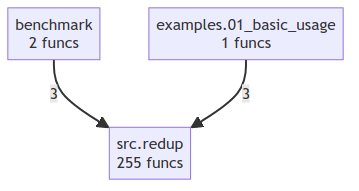
This is project/compact_flow.png from semcod/redup, a Mermaid export, as it was before one commit. Its source is kept beside it as project/compact_flow.mmd.
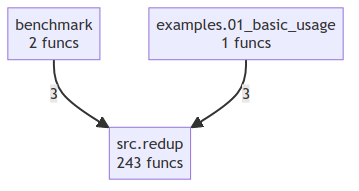
After the commit.

The edit, as a diff of the source:
```diff
@@ -1,6 +1,6 @@
 flowchart TD
     benchmark["benchmark<br/>2 funcs"]
     examples_01_basic_usage["examples.01_basic_usage<br/>1 funcs"]
-    src_redup["src.redup<br/>255 funcs"]
+    src_redup["src.redup<br/>243 funcs"]
     benchmark -->|3| src_redup
     examples_01_basic_usage -->|3| src_redup
```
